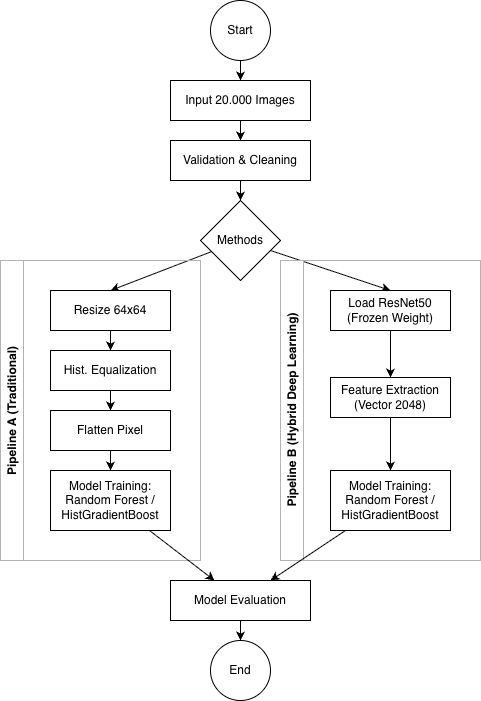
The draw.io diagram images/workflow-eksperimen.png in azharkhairaa/ml-parallel-computing-page, before a commit. Source tidied: cells renumbered, new cells last; positions are measured from the earlier drawing's top-left corner, leaving out a move shared by most shapes. The source it was exported from:
```xml
<mxGraphModel>
  <root>
    <mxCell id="0" />
    <mxCell id="1" parent="0" />
    <mxCell id="2" style="edgeStyle=orthogonalEdgeStyle;rounded=0;jettySize=auto;html=1;" parent="1" edge="1" source="3" target="5">
      <mxGeometry relative="1" as="geometry" />
    </mxCell>
    <mxCell id="3" value="Start" style="ellipse;whiteSpace=wrap;html=1;" parent="1" vertex="1">
      <mxGeometry x="210" width="60" height="60" as="geometry" />
    </mxCell>
    <mxCell id="4" style="edgeStyle=orthogonalEdgeStyle;rounded=0;jettySize=auto;html=1;" parent="1" edge="1" source="5" target="7">
      <mxGeometry relative="1" as="geometry" />
    </mxCell>
    <mxCell id="5" value="Input 20.000 Images" style="whiteSpace=wrap;html=1;" parent="1" vertex="1">
      <mxGeometry x="170" y="80" width="140" height="40" as="geometry" />
    </mxCell>
    <mxCell id="6" style="edgeStyle=orthogonalEdgeStyle;rounded=0;jettySize=auto;html=1;" parent="1" edge="1" source="7" target="10">
      <mxGeometry relative="1" as="geometry" />
    </mxCell>
    <mxCell id="7" value="Validation &amp;amp; Cleaning" style="whiteSpace=wrap;html=1;" parent="1" vertex="1">
      <mxGeometry x="170" y="140" width="140" height="40" as="geometry" />
    </mxCell>
    <mxCell id="8" style="rounded=0;jettySize=auto;html=1;entryX=0.5;entryY=0;entryDx=0;entryDy=0;" parent="1" edge="1" source="10" target="13">
      <mxGeometry relative="1" as="geometry" />
    </mxCell>
    <mxCell id="9" style="rounded=0;jettySize=auto;html=1;entryX=0.5;entryY=0;entryDx=0;entryDy=0;" parent="1" edge="1" source="10" target="21">
      <mxGeometry relative="1" as="geometry" />
    </mxCell>
    <mxCell id="10" value="Methods" style="rhombus;whiteSpace=wrap;html=1;" parent="1" vertex="1">
      <mxGeometry x="200" y="200" width="80" height="80" as="geometry" />
    </mxCell>
    <mxCell id="11" value="Pipeline A (Traditional)" style="swimlane;horizontal=0;whiteSpace=wrap;html=1;strokeColor=#B3B3B3;" parent="1" vertex="1">
      <mxGeometry y="260" width="200" height="300" as="geometry" />
    </mxCell>
    <mxCell id="12" style="edgeStyle=orthogonalEdgeStyle;rounded=0;jettySize=auto;html=1;" parent="11" edge="1" source="13" target="15">
      <mxGeometry relative="1" as="geometry" />
    </mxCell>
    <mxCell id="13" value="Resize 64x64" style="whiteSpace=wrap;html=1;" parent="11" vertex="1">
      <mxGeometry x="50" y="30" width="120" height="40" as="geometry" />
    </mxCell>
    <mxCell id="14" style="edgeStyle=orthogonalEdgeStyle;rounded=0;jettySize=auto;html=1;" parent="11" edge="1" source="15" target="17">
      <mxGeometry relative="1" as="geometry" />
    </mxCell>
    <mxCell id="15" value="Hist. Equalization" style="whiteSpace=wrap;html=1;" parent="11" vertex="1">
      <mxGeometry x="50" y="90" width="120" height="40" as="geometry" />
    </mxCell>
    <mxCell id="16" style="edgeStyle=orthogonalEdgeStyle;rounded=0;jettySize=auto;html=1;" parent="11" edge="1" source="17" target="18">
      <mxGeometry relative="1" as="geometry" />
    </mxCell>
    <mxCell id="17" value="Flatten Pixel" style="whiteSpace=wrap;html=1;" parent="11" vertex="1">
      <mxGeometry x="50" y="150" width="120" height="40" as="geometry" />
    </mxCell>
    <mxCell id="18" value="Model Training:&lt;div&gt;Random Forest /&lt;/div&gt;&lt;div&gt;HistGradientBoost&lt;/div&gt;" style="whiteSpace=wrap;html=1;" parent="11" vertex="1">
      <mxGeometry x="50" y="210" width="120" height="60" as="geometry" />
    </mxCell>
    <mxCell id="19" value="Pipeline B (Hybrid Deep Learning)" style="swimlane;horizontal=0;whiteSpace=wrap;html=1;strokeColor=#B3B3B3;" parent="1" vertex="1">
      <mxGeometry x="280" y="260" width="200" height="300" as="geometry" />
    </mxCell>
    <mxCell id="20" style="edgeStyle=orthogonalEdgeStyle;rounded=0;jettySize=auto;html=1;" parent="19" edge="1" source="21" target="23">
      <mxGeometry relative="1" as="geometry" />
    </mxCell>
    <mxCell id="21" value="Load ResNet50&lt;div&gt;(Frozen Weight)&lt;/div&gt;" style="whiteSpace=wrap;html=1;" parent="19" vertex="1">
      <mxGeometry x="50" y="30" width="120" height="40" as="geometry" />
    </mxCell>
    <mxCell id="22" style="edgeStyle=orthogonalEdgeStyle;rounded=0;jettySize=auto;html=1;entryX=0.5;entryY=0;entryDx=0;entryDy=0;" parent="19" edge="1" source="23" target="24">
      <mxGeometry relative="1" as="geometry" />
    </mxCell>
    <mxCell id="23" value="Feature Extraction&lt;div&gt;(Vector 2048)&lt;/div&gt;" style="whiteSpace=wrap;html=1;" parent="19" vertex="1">
      <mxGeometry x="50" y="117" width="120" height="40" as="geometry" />
    </mxCell>
    <mxCell id="24" value="Model Training:&lt;div&gt;Random Forest /&lt;/div&gt;&lt;div&gt;HistGradientBoost&lt;/div&gt;" style="whiteSpace=wrap;html=1;" parent="19" vertex="1">
      <mxGeometry x="50" y="210" width="120" height="60" as="geometry" />
    </mxCell>
    <mxCell id="25" style="edgeStyle=orthogonalEdgeStyle;rounded=0;jettySize=auto;html=1;entryX=0.5;entryY=0;entryDx=0;entryDy=0;" parent="1" edge="1" source="26" target="29">
      <mxGeometry relative="1" as="geometry" />
    </mxCell>
    <mxCell id="26" value="Model Evaluation" style="whiteSpace=wrap;html=1;" parent="1" vertex="1">
      <mxGeometry x="170" y="580" width="140" height="40" as="geometry" />
    </mxCell>
    <mxCell id="27" style="rounded=0;jettySize=auto;html=1;" parent="1" edge="1" source="18" target="26">
      <mxGeometry relative="1" as="geometry" />
    </mxCell>
    <mxCell id="28" style="rounded=0;jettySize=auto;html=1;" parent="1" edge="1" source="24" target="26">
      <mxGeometry relative="1" as="geometry" />
    </mxCell>
    <mxCell id="29" value="End" style="ellipse;whiteSpace=wrap;html=1;" parent="1" vertex="1">
      <mxGeometry x="210" y="640" width="60" height="60" as="geometry" />
    </mxCell>
  </root>
</mxGraphModel>
```
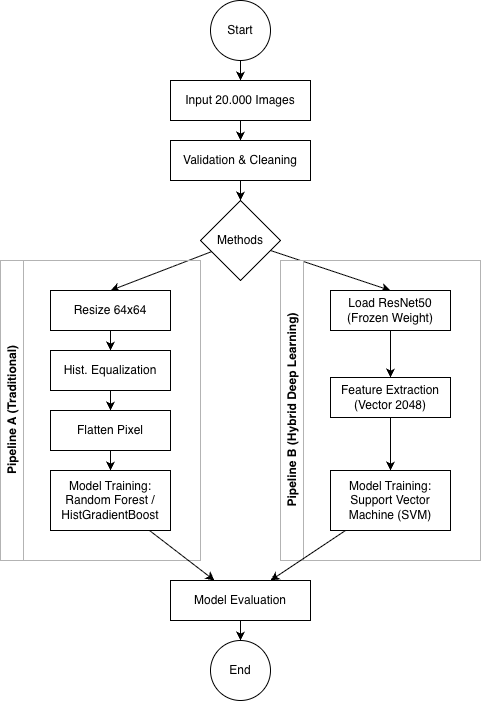
The same file after the commit.

Change to the diagram source:
```diff
@@ -68,7 +68,7 @@
     <mxCell id="23" value="Feature Extraction&lt;div&gt;(Vector 2048)&lt;/div&gt;" style="whiteSpace=wrap;html=1;" parent="19" vertex="1">
       <mxGeometry x="50" y="117" width="120" height="40" as="geometry" />
     </mxCell>
-    <mxCell id="24" value="Model Training:&lt;div&gt;Random Forest /&lt;/div&gt;&lt;div&gt;HistGradientBoost&lt;/div&gt;" style="whiteSpace=wrap;html=1;" parent="19" vertex="1">
+    <mxCell id="24" value="Model Training:&lt;div&gt;Support Vector Machine (SVM)&lt;/div&gt;" style="whiteSpace=wrap;html=1;" parent="19" vertex="1">
       <mxGeometry x="50" y="210" width="120" height="60" as="geometry" />
     </mxCell>
     <mxCell id="25" style="edgeStyle=orthogonalEdgeStyle;rounded=0;jettySize=auto;html=1;entryX=0.5;entryY=0;entryDx=0;entryDy=0;" parent="1" edge="1" source="26" target="29">
```
